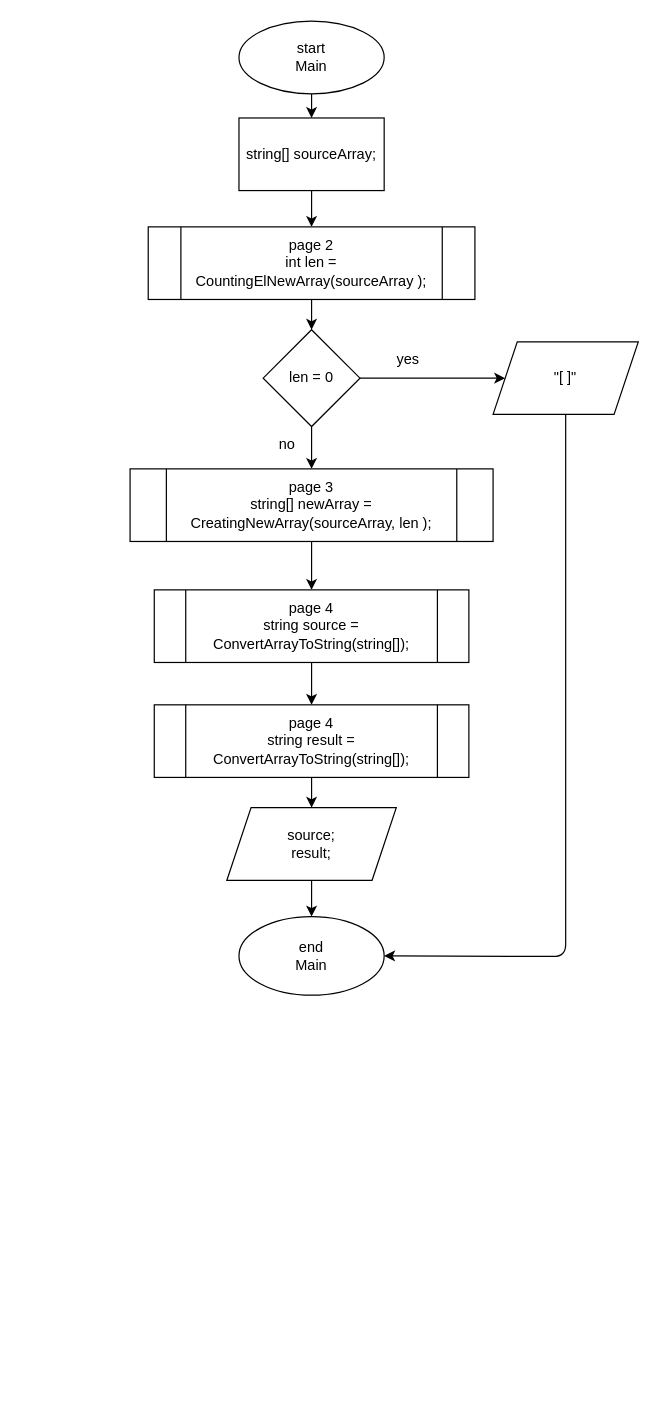
Before: page "Страница 1" (1 of 4) of finalVerificationWork/finalVerificationWork.dio in AleksandrKrivoruchko/homework, a draw.io diagram. Source tidied: cells renumbered, new cells numbered last; positions are measured from the earlier drawing's top-left corner, leaving out a move shared by most shapes. Both pictures are drawn from the tidied source at 121%, with x=0, y=0 at pixel (129, 21).
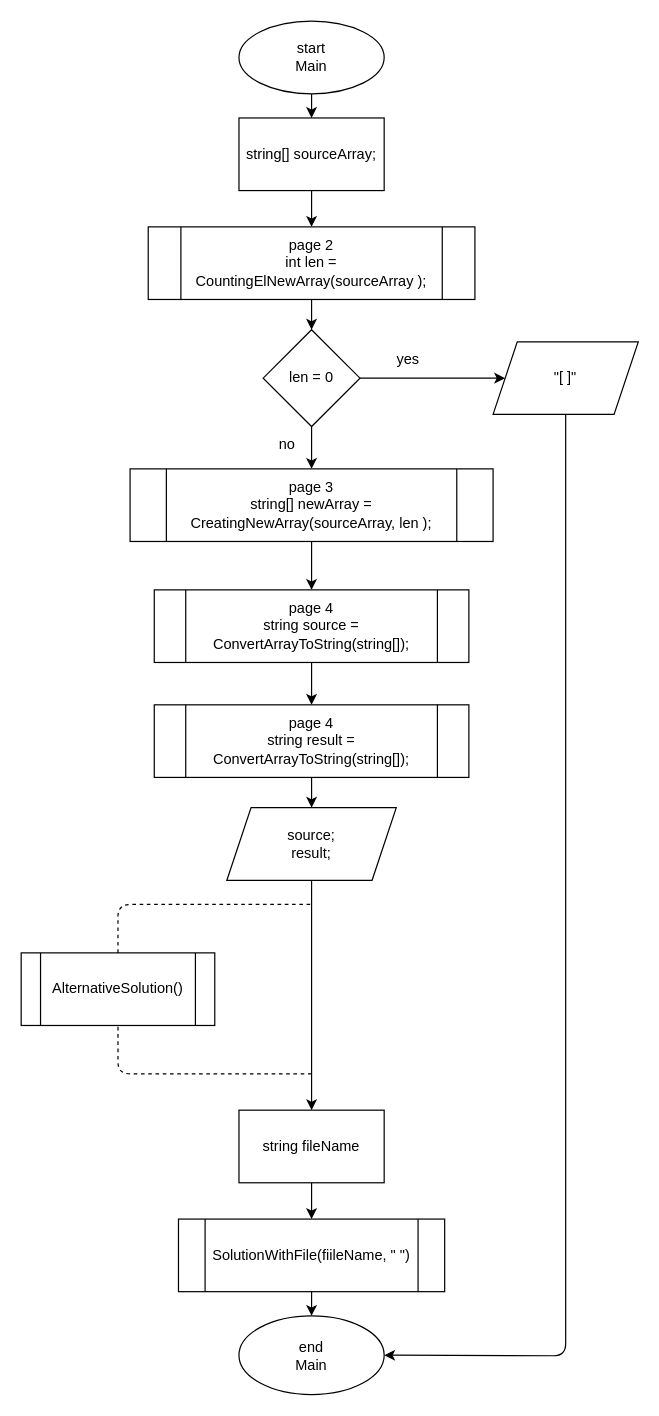
The same page after the edit.

The change refers to these unchanged cells:
```xml
<mxCell id="11" value="source;&lt;br&gt;result;" style="shape=parallelogram;perimeter=parallelogramPerimeter;whiteSpace=wrap;html=1;fixedSize=1;" parent="1" vertex="1">
  <mxGeometry x="80" y="650" width="140" height="60" as="geometry" />
</mxCell>
<mxCell id="19" value="&quot;[ ]&quot;" style="shape=parallelogram;perimeter=parallelogramPerimeter;whiteSpace=wrap;html=1;fixedSize=1;" parent="1" vertex="1">
  <mxGeometry x="300" y="265" width="120" height="60" as="geometry" />
</mxCell>
```

What changed in the source:
```diff
@@
-    <mxCell id="10" style="edgeStyle=none;html=1;exitX=0.5;exitY=1;exitDx=0;exitDy=0;entryX=0.5;entryY=0;entryDx=0;entryDy=0;" parent="1" edge="1" source="11" target="12">
-      <mxGeometry relative="1" as="geometry" />
-    </mxCell>
+    <mxCell id="24" style="edgeStyle=none;html=1;entryX=0.5;entryY=0;entryDx=0;entryDy=0;" parent="1" edge="1" source="11" target="28">
+      <mxGeometry relative="1" as="geometry" />
+    </mxCell>
@@
     <mxCell id="12" value="end&lt;br&gt;Main" style="ellipse;whiteSpace=wrap;html=1;" parent="1" vertex="1">
-      <mxGeometry x="90" y="740" width="120" height="65" as="geometry" />
+      <mxGeometry x="90" y="1070" width="120" height="65" as="geometry" />
     </mxCell>
@@
     <mxCell id="18" style="edgeStyle=none;html=1;entryX=1;entryY=0.5;entryDx=0;entryDy=0;" parent="1" edge="1" source="19" target="12">
       <mxGeometry relative="1" as="geometry">
         <Array as="points">
           <mxPoint x="360" y="590" />
           <mxPoint x="360" y="773" />
+          <mxPoint x="360" y="1013" />
+          <mxPoint x="360" y="1103" />
         </Array>
       </mxGeometry>
     </mxCell>
@@
+    <mxCell id="25" style="edgeStyle=none;html=1;exitX=0.5;exitY=1;exitDx=0;exitDy=0;entryX=0.5;entryY=0;entryDx=0;entryDy=0;" parent="1" edge="1" source="26" target="12">
+      <mxGeometry relative="1" as="geometry" />
+    </mxCell>
+    <mxCell id="26" value="SolutionWithFile(fiileName, &quot; &quot;)" style="shape=process;whiteSpace=wrap;html=1;backgroundOutline=1;" parent="1" vertex="1">
+      <mxGeometry x="40" y="990" width="220" height="60" as="geometry" />
+    </mxCell>
+    <mxCell id="27" style="edgeStyle=none;html=1;exitX=0.5;exitY=1;exitDx=0;exitDy=0;entryX=0.5;entryY=0;entryDx=0;entryDy=0;" parent="1" edge="1" source="28" target="26">
+      <mxGeometry relative="1" as="geometry" />
+    </mxCell>
+    <mxCell id="28" value="string fileName" style="rounded=0;whiteSpace=wrap;html=1;" parent="1" vertex="1">
+      <mxGeometry x="90" y="900" width="120" height="60" as="geometry" />
+    </mxCell>
+    <mxCell id="29" value="AlternativeSolution()" style="shape=process;whiteSpace=wrap;html=1;backgroundOutline=1;" parent="1" vertex="1">
+      <mxGeometry x="-90" y="770" width="160" height="60" as="geometry" />
+    </mxCell>
+    <mxCell id="30" style="endArrow=none;dashed=1;html=1;exitX=0.5;exitY=0;exitDx=0;exitDy=0;" parent="1" edge="1" source="29">
+      <mxGeometry relative="1" as="geometry">
+        <mxPoint x="150" y="730" as="targetPoint" />
+        <Array as="points">
+          <mxPoint x="-10" y="730" />
+        </Array>
+      </mxGeometry>
+    </mxCell>
+    <mxCell id="31" style="endArrow=none;dashed=1;html=1;entryX=0.5;entryY=1;entryDx=0;entryDy=0;" parent="1" edge="1" target="29">
+      <mxGeometry relative="1" as="geometry">
+        <mxPoint x="150" y="870" as="sourcePoint" />
+        <Array as="points">
+          <mxPoint x="-10" y="870" />
+        </Array>
+      </mxGeometry>
+    </mxCell>
```
